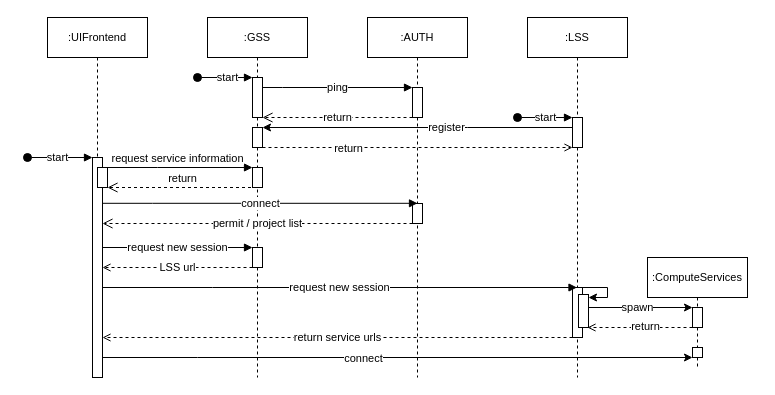
Earlier version of the draw.io diagram thesis/Figures/opentwin-network-communication-sequence.drawio (twity1337/master_thesis). Source tidied: cells renumbered, new cells numbered last; positions are measured from the earlier drawing's top-left corner, leaving out a move shared by most shapes. Both pictures are drawn from the tidied source at 100%, with x=0, y=0 at pixel (27, 17).
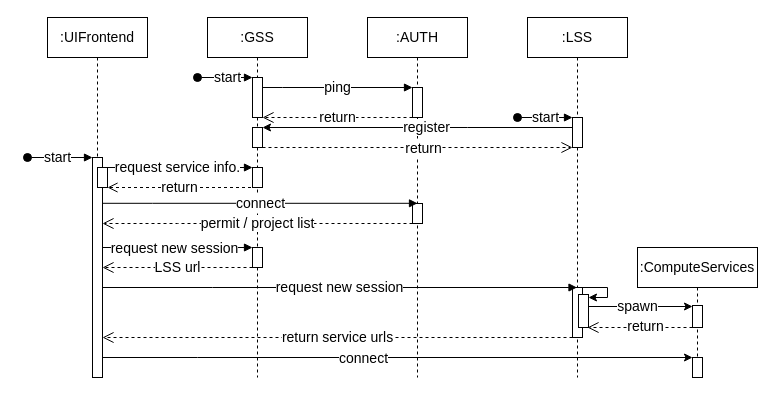
The same diagram, later.

Commit message (it also covers changes not shown here):
Add section for 'Network traffic encryption'

Unchanged cells that the change refers to:
```xml
<mxCell id="3" style="html=1;points=[];perimeter=orthogonalPerimeter;outlineConnect=0;targetShapes=umlLifeline;portConstraint=eastwest;newEdgeStyle={&quot;edgeStyle&quot;:&quot;elbowEdgeStyle&quot;,&quot;elbow&quot;:&quot;vertical&quot;,&quot;curved&quot;:0,&quot;rounded&quot;:0};" parent="2" vertex="1">
  <mxGeometry x="45" y="140" width="10" height="220" as="geometry" />
</mxCell>
<mxCell id="5" style="html=1;points=[];perimeter=orthogonalPerimeter;outlineConnect=0;targetShapes=umlLifeline;portConstraint=eastwest;newEdgeStyle={&quot;edgeStyle&quot;:&quot;elbowEdgeStyle&quot;,&quot;elbow&quot;:&quot;vertical&quot;,&quot;curved&quot;:0,&quot;rounded&quot;:0};" parent="2" vertex="1">
  <mxGeometry x="50" y="150" width="10" height="20" as="geometry" />
</mxCell>
<mxCell id="7" style="html=1;points=[];perimeter=orthogonalPerimeter;outlineConnect=0;targetShapes=umlLifeline;portConstraint=eastwest;newEdgeStyle={&quot;edgeStyle&quot;:&quot;elbowEdgeStyle&quot;,&quot;elbow&quot;:&quot;vertical&quot;,&quot;curved&quot;:0,&quot;rounded&quot;:0};" parent="6" vertex="1">
  <mxGeometry x="45" y="60" width="10" height="40" as="geometry" />
</mxCell>
<mxCell id="8" style="html=1;points=[];perimeter=orthogonalPerimeter;outlineConnect=0;targetShapes=umlLifeline;portConstraint=eastwest;newEdgeStyle={&quot;edgeStyle&quot;:&quot;elbowEdgeStyle&quot;,&quot;elbow&quot;:&quot;vertical&quot;,&quot;curved&quot;:0,&quot;rounded&quot;:0};" parent="6" vertex="1">
  <mxGeometry x="45" y="110" width="10" height="20" as="geometry" />
</mxCell>
<mxCell id="9" style="html=1;points=[];perimeter=orthogonalPerimeter;outlineConnect=0;targetShapes=umlLifeline;portConstraint=eastwest;newEdgeStyle={&quot;edgeStyle&quot;:&quot;elbowEdgeStyle&quot;,&quot;elbow&quot;:&quot;vertical&quot;,&quot;curved&quot;:0,&quot;rounded&quot;:0};" parent="6" vertex="1">
  <mxGeometry x="45" y="150" width="10" height="20" as="geometry" />
</mxCell>
<mxCell id="10" style="html=1;points=[];perimeter=orthogonalPerimeter;outlineConnect=0;targetShapes=umlLifeline;portConstraint=eastwest;newEdgeStyle={&quot;edgeStyle&quot;:&quot;elbowEdgeStyle&quot;,&quot;elbow&quot;:&quot;vertical&quot;,&quot;curved&quot;:0,&quot;rounded&quot;:0};" parent="6" vertex="1">
  <mxGeometry x="45" y="230" width="10" height="20" as="geometry" />
</mxCell>
<mxCell id="15" style="html=1;points=[];perimeter=orthogonalPerimeter;outlineConnect=0;targetShapes=umlLifeline;portConstraint=eastwest;newEdgeStyle={&quot;edgeStyle&quot;:&quot;elbowEdgeStyle&quot;,&quot;elbow&quot;:&quot;vertical&quot;,&quot;curved&quot;:0,&quot;rounded&quot;:0};" parent="14" vertex="1">
  <mxGeometry x="45" y="70" width="10" height="30" as="geometry" />
</mxCell>
<mxCell id="16" style="html=1;points=[];perimeter=orthogonalPerimeter;outlineConnect=0;targetShapes=umlLifeline;portConstraint=eastwest;newEdgeStyle={&quot;edgeStyle&quot;:&quot;elbowEdgeStyle&quot;,&quot;elbow&quot;:&quot;vertical&quot;,&quot;curved&quot;:0,&quot;rounded&quot;:0};" parent="14" vertex="1">
  <mxGeometry x="45" y="186" width="10" height="20" as="geometry" />
</mxCell>
<mxCell id="18" style="html=1;points=[];perimeter=orthogonalPerimeter;outlineConnect=0;targetShapes=umlLifeline;portConstraint=eastwest;newEdgeStyle={&quot;edgeStyle&quot;:&quot;elbowEdgeStyle&quot;,&quot;elbow&quot;:&quot;vertical&quot;,&quot;curved&quot;:0,&quot;rounded&quot;:0};" parent="17" vertex="1">
  <mxGeometry x="45" y="100" width="10" height="30" as="geometry" />
</mxCell>
<mxCell id="19" style="html=1;points=[];perimeter=orthogonalPerimeter;outlineConnect=0;targetShapes=umlLifeline;portConstraint=eastwest;newEdgeStyle={&quot;edgeStyle&quot;:&quot;elbowEdgeStyle&quot;,&quot;elbow&quot;:&quot;vertical&quot;,&quot;curved&quot;:0,&quot;rounded&quot;:0};" parent="17" vertex="1">
  <mxGeometry x="45" y="270" width="10" height="50" as="geometry" />
</mxCell>
<mxCell id="20" style="html=1;points=[];perimeter=orthogonalPerimeter;outlineConnect=0;targetShapes=umlLifeline;portConstraint=eastwest;newEdgeStyle={&quot;edgeStyle&quot;:&quot;elbowEdgeStyle&quot;,&quot;elbow&quot;:&quot;vertical&quot;,&quot;curved&quot;:0,&quot;rounded&quot;:0};" parent="17" vertex="1">
  <mxGeometry x="51" y="277" width="10" height="33" as="geometry" />
</mxCell>
```

Diff of the diagram source:
```diff
@@
-    <mxCell id="2" value=":UIFrontend" style="shape=umlLifeline;perimeter=lifelinePerimeter;whiteSpace=wrap;html=1;newEdgeStyle={&quot;edgeStyle&quot;:&quot;elbowEdgeStyle&quot;,&quot;elbow&quot;:&quot;vertical&quot;,&quot;curved&quot;:0,&quot;rounded&quot;:0};fontSize=11;" parent="1" vertex="1">
+    <mxCell id="2" value=":UIFrontend" style="shape=umlLifeline;perimeter=lifelinePerimeter;whiteSpace=wrap;html=1;newEdgeStyle={&quot;edgeStyle&quot;:&quot;elbowEdgeStyle&quot;,&quot;elbow&quot;:&quot;vertical&quot;,&quot;curved&quot;:0,&quot;rounded&quot;:0};fontSize=14;" parent="1" vertex="1">
       <mxGeometry x="20" width="100" height="360" as="geometry" />
     </mxCell>
@@
-    <mxCell id="4" value="start" style="html=1;verticalAlign=middle;startArrow=oval;endArrow=block;startSize=8;edgeStyle=elbowEdgeStyle;elbow=vertical;curved=0;rounded=0;" parent="2" edge="1" target="3">
+    <mxCell id="4" value="start" style="html=1;verticalAlign=middle;startArrow=oval;endArrow=block;startSize=8;edgeStyle=elbowEdgeStyle;elbow=vertical;curved=0;rounded=0;fontSize=14;" parent="2" edge="1" target="3">
       <mxGeometry x="-0.08" relative="1" as="geometry">
         <mxPoint x="-20" y="140" as="sourcePoint" />
         <Array as="points">
           <mxPoint x="10" y="140" />
         </Array>
       </mxGeometry>
     </mxCell>
@@
-    <mxCell id="6" value=":GSS" style="shape=umlLifeline;perimeter=lifelinePerimeter;whiteSpace=wrap;html=1;outlineConnect=0;portConstraint=eastwest;newEdgeStyle={&quot;edgeStyle&quot;:&quot;elbowEdgeStyle&quot;,&quot;elbow&quot;:&quot;vertical&quot;,&quot;curved&quot;:0,&quot;rounded&quot;:0};fontSize=11;" parent="1" vertex="1">
+    <mxCell id="6" value=":GSS" style="shape=umlLifeline;perimeter=lifelinePerimeter;whiteSpace=wrap;html=1;outlineConnect=0;portConstraint=eastwest;newEdgeStyle={&quot;edgeStyle&quot;:&quot;elbowEdgeStyle&quot;,&quot;elbow&quot;:&quot;vertical&quot;,&quot;curved&quot;:0,&quot;rounded&quot;:0};fontSize=14;" parent="1" vertex="1">
       <mxGeometry x="180" width="100" height="360" as="geometry" />
     </mxCell>
@@
-    <mxCell id="11" value="request service information" style="html=1;verticalAlign=bottom;endArrow=block;edgeStyle=elbowEdgeStyle;elbow=vertical;curved=0;rounded=0;" parent="1" edge="1" source="3" target="9">
+    <mxCell id="11" value="request service info." style="html=1;verticalAlign=middle;endArrow=block;edgeStyle=elbowEdgeStyle;elbow=vertical;curved=0;rounded=0;fontSize=14;" parent="1" edge="1" source="3" target="9">
       <mxGeometry relative="1" as="geometry">
         <Array as="points">
           <mxPoint x="130" y="150" />
           <mxPoint x="140" y="140" />
           <mxPoint x="100" y="110" />
           <mxPoint x="160" y="80" />
         </Array>
       </mxGeometry>
     </mxCell>
-    <mxCell id="12" value="permit / project list" style="html=1;verticalAlign=middle;endArrow=open;dashed=1;endSize=8;edgeStyle=elbowEdgeStyle;elbow=vertical;curved=0;rounded=0;" parent="1" edge="1" source="16">
+    <mxCell id="12" value="permit / project list" style="html=1;verticalAlign=middle;endArrow=open;dashed=1;endSize=9;edgeStyle=elbowEdgeStyle;elbow=vertical;curved=0;rounded=0;fontSize=14;" parent="1" edge="1" source="16">
       <mxGeometry relative="1" as="geometry">
         <mxPoint x="75" y="206" as="targetPoint" />
         <Array as="points">
           <mxPoint x="150" y="206" />
           <mxPoint x="170" y="226" />
         </Array>
       </mxGeometry>
     </mxCell>
-    <mxCell id="13" value="return" style="html=1;verticalAlign=bottom;endArrow=open;dashed=1;endSize=8;edgeStyle=elbowEdgeStyle;elbow=vertical;curved=0;rounded=0;" parent="1" edge="1" source="6" target="5">
-      <mxGeometry relative="1" as="geometry">
+    <mxCell id="13" value="return" style="html=1;verticalAlign=middle;endArrow=open;dashed=1;endSize=8;edgeStyle=elbowEdgeStyle;elbow=vertical;curved=0;rounded=0;fontSize=14;" parent="1" edge="1" source="6" target="5">
+      <mxGeometry x="0.06" relative="1" as="geometry">
         <Array as="points">
           <mxPoint x="170" y="170" />
           <mxPoint x="160" y="190" />
           <mxPoint x="120" y="170" />
         </Array>
+        <mxPoint x="1" as="offset" />
       </mxGeometry>
     </mxCell>
-    <mxCell id="14" value=":AUTH" style="shape=umlLifeline;perimeter=lifelinePerimeter;whiteSpace=wrap;html=1;newEdgeStyle={&quot;edgeStyle&quot;:&quot;elbowEdgeStyle&quot;,&quot;elbow&quot;:&quot;vertical&quot;,&quot;curved&quot;:0,&quot;rounded&quot;:0};fontSize=11;" parent="1" vertex="1">
+    <mxCell id="14" value=":AUTH" style="shape=umlLifeline;perimeter=lifelinePerimeter;whiteSpace=wrap;html=1;newEdgeStyle={&quot;edgeStyle&quot;:&quot;elbowEdgeStyle&quot;,&quot;elbow&quot;:&quot;vertical&quot;,&quot;curved&quot;:0,&quot;rounded&quot;:0};fontSize=14;" parent="1" vertex="1">
       <mxGeometry x="340" width="100" height="360" as="geometry" />
     </mxCell>
@@
-    <mxCell id="17" value=":LSS" style="shape=umlLifeline;perimeter=lifelinePerimeter;whiteSpace=wrap;html=1;outlineConnect=0;portConstraint=eastwest;newEdgeStyle={&quot;edgeStyle&quot;:&quot;elbowEdgeStyle&quot;,&quot;elbow&quot;:&quot;vertical&quot;,&quot;curved&quot;:0,&quot;rounded&quot;:0};fontSize=11;" parent="1" vertex="1">
+    <mxCell id="17" value=":LSS" style="shape=umlLifeline;perimeter=lifelinePerimeter;whiteSpace=wrap;html=1;outlineConnect=0;portConstraint=eastwest;newEdgeStyle={&quot;edgeStyle&quot;:&quot;elbowEdgeStyle&quot;,&quot;elbow&quot;:&quot;vertical&quot;,&quot;curved&quot;:0,&quot;rounded&quot;:0};fontSize=14;" parent="1" vertex="1">
       <mxGeometry x="500" width="100" height="360" as="geometry" />
     </mxCell>
@@
-    <mxCell id="22" value="start" style="html=1;verticalAlign=middle;startArrow=oval;endArrow=block;startSize=8;edgeStyle=elbowEdgeStyle;elbow=vertical;curved=0;rounded=0;" parent="1" edge="1">
+    <mxCell id="22" value="start" style="html=1;verticalAlign=middle;startArrow=oval;endArrow=block;startSize=8;edgeStyle=elbowEdgeStyle;elbow=vertical;curved=0;rounded=0;fontSize=14;" parent="1" edge="1">
       <mxGeometry x="0.09" relative="1" as="geometry">
         <mxPoint x="170" y="60" as="sourcePoint" />
         <mxPoint x="225" y="60" as="targetPoint" />
       </mxGeometry>
     </mxCell>
-    <mxCell id="23" value="start" style="html=1;verticalAlign=middle;startArrow=oval;endArrow=block;startSize=8;edgeStyle=elbowEdgeStyle;elbow=vertical;curved=0;rounded=0;" parent="1" edge="1">
+    <mxCell id="23" value="start" style="html=1;verticalAlign=middle;startArrow=oval;endArrow=block;startSize=8;edgeStyle=elbowEdgeStyle;elbow=vertical;curved=0;rounded=0;fontSize=14;" parent="1" edge="1">
       <mxGeometry relative="1" as="geometry">
         <mxPoint x="490" y="100" as="sourcePoint" />
         <mxPoint x="545" y="100" as="targetPoint" />
       </mxGeometry>
     </mxCell>
-    <mxCell id="24" value="ping" style="html=1;verticalAlign=middle;endArrow=block;edgeStyle=elbowEdgeStyle;elbow=vertical;curved=0;rounded=0;" parent="1" edge="1">
+    <mxCell id="24" value="ping" style="html=1;verticalAlign=middle;endArrow=block;edgeStyle=elbowEdgeStyle;elbow=vertical;curved=0;rounded=0;fontSize=14;" parent="1" edge="1">
       <mxGeometry relative="1" as="geometry">
         <mxPoint x="235" y="70" as="sourcePoint" />
         <mxPoint x="385" y="70" as="targetPoint" />
         <Array as="points">
           <mxPoint x="255" y="70" />
           <mxPoint x="315" y="40" />
         </Array>
       </mxGeometry>
     </mxCell>
-    <mxCell id="25" value="return" style="html=1;verticalAlign=middle;endArrow=open;dashed=1;endSize=8;edgeStyle=elbowEdgeStyle;elbow=vertical;curved=0;rounded=0;" parent="1" edge="1" source="15" target="7">
+    <mxCell id="25" value="return" style="html=1;verticalAlign=middle;endArrow=open;dashed=1;endSize=9;edgeStyle=elbowEdgeStyle;elbow=vertical;curved=0;rounded=0;fontSize=14;" parent="1" edge="1" source="15" target="7">
       <mxGeometry relative="1" as="geometry">
         <Array as="points">
           <mxPoint x="325" y="100" />
         </Array>
       </mxGeometry>
     </mxCell>
-    <mxCell id="26" value="register" style="edgeStyle=elbowEdgeStyle;rounded=0;jettySize=auto;html=1;elbow=vertical;curved=0;" parent="1" edge="1" source="18" target="8">
-      <mxGeometry x="-0.19" relative="1" as="geometry">
+    <mxCell id="26" value="register" style="edgeStyle=elbowEdgeStyle;rounded=0;jettySize=auto;html=1;elbow=vertical;curved=0;fontSize=14;" parent="1" edge="1" source="18" target="8">
+      <mxGeometry x="-0.06" relative="1" as="geometry">
         <Array as="points">
           <mxPoint x="440" y="110" />
         </Array>
       </mxGeometry>
     </mxCell>
-    <mxCell id="27" style="edgeStyle=elbowEdgeStyle;rounded=0;jettySize=auto;html=1;elbow=vertical;curved=0;dashed=1;endArrow=open;endFill=0;" parent="1" edge="1" source="8" target="18">
+    <mxCell id="27" style="edgeStyle=elbowEdgeStyle;rounded=0;jettySize=auto;html=1;elbow=vertical;curved=0;dashed=1;endArrow=open;endFill=0;fontSize=14;endSize=9;" parent="1" edge="1" source="8" target="18">
       <mxGeometry relative="1" as="geometry">
         <Array as="points">
           <mxPoint x="370" y="130" />
         </Array>
       </mxGeometry>
     </mxCell>
-    <mxCell id="28" value="return" style="edgeLabel;html=1;align=center;verticalAlign=middle;" parent="27" vertex="1">
-      <mxGeometry x="-0.45" relative="1" as="geometry" />
+    <mxCell id="28" value="return" style="edgeLabel;html=1;align=center;verticalAlign=middle;fontSize=14;" parent="27" vertex="1">
+      <mxGeometry x="-0.45" relative="1" as="geometry">
+        <mxPoint x="75" as="offset" />
+      </mxGeometry>
     </mxCell>
-    <mxCell id="29" value="connect" style="html=1;verticalAlign=middle;endArrow=block;edgeStyle=elbowEdgeStyle;elbow=vertical;curved=0;rounded=0;" parent="1" edge="1">
+    <mxCell id="29" value="connect" style="html=1;verticalAlign=middle;endArrow=block;edgeStyle=elbowEdgeStyle;elbow=vertical;curved=0;rounded=0;fontSize=14;" parent="1" edge="1">
       <mxGeometry relative="1" as="geometry">
         <mxPoint x="75" y="185.8" as="sourcePoint" />
         <mxPoint x="390" y="185.8" as="targetPoint" />
         <Array as="points">
           <mxPoint x="125" y="185.8" />
           <mxPoint x="135" y="175.8" />
           <mxPoint x="95" y="145.8" />
           <mxPoint x="155" y="115.8" />
         </Array>
       </mxGeometry>
     </mxCell>
-    <mxCell id="30" value="request new session" style="html=1;verticalAlign=middle;endArrow=block;edgeStyle=elbowEdgeStyle;elbow=vertical;curved=0;rounded=0;" parent="1" edge="1" source="3" target="10">
-      <mxGeometry relative="1" as="geometry">
+    <mxCell id="30" value="request new session" style="html=1;verticalAlign=middle;endArrow=block;edgeStyle=elbowEdgeStyle;elbow=vertical;curved=0;rounded=0;fontSize=14;" parent="1" edge="1" source="3" target="10">
+      <mxGeometry x="-0.04" y="-1" relative="1" as="geometry">
         <Array as="points">
           <mxPoint x="190" y="230" />
           <mxPoint x="122.5" y="220" />
           <mxPoint x="132.5" y="210" />
           <mxPoint x="92.5" y="180" />
           <mxPoint x="152.5" y="150" />
         </Array>
       </mxGeometry>
     </mxCell>
-    <mxCell id="31" value="LSS url" style="html=1;verticalAlign=middle;endArrow=open;edgeStyle=elbowEdgeStyle;elbow=vertical;curved=0;rounded=0;dashed=1;endFill=0;" parent="1" edge="1" source="10" target="3">
+    <mxCell id="31" value="LSS url" style="html=1;verticalAlign=middle;endArrow=open;edgeStyle=elbowEdgeStyle;elbow=vertical;curved=0;rounded=0;dashed=1;endFill=0;fontSize=14;endSize=9;" parent="1" edge="1" source="10" target="3">
       <mxGeometry relative="1" as="geometry">
         <Array as="points">
           <mxPoint x="140" y="250" />
           <mxPoint x="147.5" y="170" />
           <mxPoint x="87.5" y="200" />
           <mxPoint x="127.5" y="230" />
           <mxPoint x="117.5" y="240" />
           <mxPoint x="185" y="250" />
         </Array>
       </mxGeometry>
     </mxCell>
-    <mxCell id="32" value="request new session" style="html=1;verticalAlign=middle;endArrow=block;edgeStyle=elbowEdgeStyle;elbow=vertical;curved=0;rounded=0;" parent="1" edge="1" source="3" target="17">
+    <mxCell id="32" value="request new session" style="html=1;verticalAlign=middle;endArrow=block;edgeStyle=elbowEdgeStyle;elbow=vertical;curved=0;rounded=0;fontSize=14;" parent="1" edge="1" source="3" target="17">
       <mxGeometry relative="1" as="geometry">
         <Array as="points">
           <mxPoint x="185" y="270" />
           <mxPoint x="117.5" y="260" />
           <mxPoint x="127.5" y="250" />
           <mxPoint x="87.5" y="220" />
           <mxPoint x="147.5" y="190" />
         </Array>
       </mxGeometry>
     </mxCell>
-    <mxCell id="33" value="return service urls" style="html=1;verticalAlign=middle;endArrow=open;edgeStyle=elbowEdgeStyle;elbow=vertical;curved=0;rounded=0;dashed=1;endFill=0;" parent="1" edge="1" source="19" target="3">
+    <mxCell id="33" value="return service urls" style="html=1;verticalAlign=middle;endArrow=open;edgeStyle=elbowEdgeStyle;elbow=vertical;curved=0;rounded=0;dashed=1;endFill=0;fontSize=14;endSize=9;" parent="1" edge="1" source="19" target="3">
       <mxGeometry relative="1" as="geometry">
         <Array as="points">
           <mxPoint x="510" y="320" />
           <mxPoint x="440" y="310" />
           <mxPoint x="180" y="300" />
           <mxPoint x="170" y="290" />
           <mxPoint x="280" y="280" />
           <mxPoint x="97.5" y="230" />
           <mxPoint x="137.5" y="260" />
           <mxPoint x="127.5" y="270" />
           <mxPoint x="195" y="280" />
         </Array>
       </mxGeometry>
     </mxCell>
-    <mxCell id="34" value=":ComputeServices" style="shape=umlLifeline;perimeter=lifelinePerimeter;whiteSpace=wrap;html=1;newEdgeStyle={&quot;edgeStyle&quot;:&quot;elbowEdgeStyle&quot;,&quot;elbow&quot;:&quot;vertical&quot;,&quot;curved&quot;:0,&quot;rounded&quot;:0};fontSize=11;" parent="1" vertex="1">
-      <mxGeometry x="620" y="240" width="100" height="110" as="geometry" />
+    <mxCell id="34" value=":ComputeServices" style="shape=umlLifeline;perimeter=lifelinePerimeter;whiteSpace=wrap;html=1;newEdgeStyle={&quot;edgeStyle&quot;:&quot;elbowEdgeStyle&quot;,&quot;elbow&quot;:&quot;vertical&quot;,&quot;curved&quot;:0,&quot;rounded&quot;:0};fontSize=14;" parent="1" vertex="1">
+      <mxGeometry x="610" y="230" width="120" height="130" as="geometry" />
     </mxCell>
     <mxCell id="35" style="html=1;points=[];perimeter=orthogonalPerimeter;outlineConnect=0;targetShapes=umlLifeline;portConstraint=eastwest;newEdgeStyle={&quot;edgeStyle&quot;:&quot;elbowEdgeStyle&quot;,&quot;elbow&quot;:&quot;vertical&quot;,&quot;curved&quot;:0,&quot;rounded&quot;:0};" parent="34" vertex="1">
-      <mxGeometry x="45" y="50" width="10" height="20" as="geometry" />
+      <mxGeometry x="55" y="58" width="10" height="22" as="geometry" />
     </mxCell>
     <mxCell id="36" style="html=1;points=[];perimeter=orthogonalPerimeter;outlineConnect=0;targetShapes=umlLifeline;portConstraint=eastwest;newEdgeStyle={&quot;edgeStyle&quot;:&quot;elbowEdgeStyle&quot;,&quot;elbow&quot;:&quot;vertical&quot;,&quot;curved&quot;:0,&quot;rounded&quot;:0};" parent="34" vertex="1">
-      <mxGeometry x="45" y="90" width="10" height="10" as="geometry" />
+      <mxGeometry x="55" y="110" width="10" height="20" as="geometry" />
     </mxCell>
-    <mxCell id="37" value="&lt;span style=&quot;color: rgb(0, 0, 0); font-family: Helvetica; font-size: 11px; font-style: normal; font-variant-ligatures: normal; font-variant-caps: normal; font-weight: 400; letter-spacing: normal; orphans: 2; text-align: center; text-indent: 0px; text-transform: none; widows: 2; word-spacing: 0px; -webkit-text-stroke-width: 0px; text-decoration-thickness: initial; text-decoration-style: initial; text-decoration-color: initial; float: none; display: inline !important;&quot;&gt;spawn&lt;/span&gt;" style="edgeStyle=elbowEdgeStyle;rounded=0;jettySize=auto;html=1;elbow=vertical;curved=0;endArrow=classic;endFill=1;labelBackgroundColor=default;" parent="1" edge="1" source="20" target="35">
+    <mxCell id="37" value="&lt;span style=&quot;color: rgb(0, 0, 0); font-family: Helvetica; font-size: 14px; font-style: normal; font-variant-ligatures: normal; font-variant-caps: normal; font-weight: 400; letter-spacing: normal; orphans: 2; text-align: center; text-indent: 0px; text-transform: none; widows: 2; word-spacing: 0px; -webkit-text-stroke-width: 0px; text-decoration-thickness: initial; text-decoration-style: initial; text-decoration-color: initial; float: none; display: inline !important;&quot;&gt;spawn&lt;/span&gt;" style="edgeStyle=elbowEdgeStyle;rounded=0;orthogonalLoop=1;jettySize=auto;html=1;elbow=vertical;curved=0;endArrow=classic;endFill=1;labelBackgroundColor=default;fontSize=14;" parent="1" edge="1">
       <mxGeometry x="-0.06" relative="1" as="geometry">
+        <mxPoint x="561" y="289" as="sourcePoint" />
+        <mxPoint x="665" y="289" as="targetPoint" />
         <Array as="points">
-          <mxPoint x="610" y="290" />
+          <mxPoint x="610" y="289" />
         </Array>
       </mxGeometry>
     </mxCell>
-    <mxCell id="38" style="edgeStyle=elbowEdgeStyle;rounded=0;jettySize=auto;html=1;elbow=vertical;curved=0;endArrow=classic;endFill=1;" parent="1" edge="1" source="3" target="36">
+    <mxCell id="38" style="edgeStyle=elbowEdgeStyle;rounded=0;jettySize=auto;html=1;elbow=vertical;curved=0;endArrow=classic;endFill=1;fontSize=14;" parent="1" edge="1" source="3" target="36">
       <mxGeometry relative="1" as="geometry">
         <Array as="points">
           <mxPoint x="170" y="340" />
           <mxPoint x="180" y="330" />
           <mxPoint x="190" y="320" />
         </Array>
       </mxGeometry>
     </mxCell>
-    <mxCell id="39" value="connect" style="edgeLabel;html=1;align=center;verticalAlign=middle;" parent="38" vertex="1">
+    <mxCell id="39" value="connect" style="edgeLabel;html=1;align=center;verticalAlign=middle;fontSize=14;" parent="38" vertex="1">
       <mxGeometry x="-0.12" relative="1" as="geometry" />
     </mxCell>
-    <mxCell id="40" style="edgeStyle=elbowEdgeStyle;rounded=0;jettySize=auto;html=1;elbow=vertical;curved=0;labelBackgroundColor=default;fontSize=11;endArrow=open;endFill=0;dashed=1;" parent="1" edge="1" source="35">
+    <mxCell id="40" style="edgeStyle=elbowEdgeStyle;rounded=0;jettySize=auto;html=1;elbow=vertical;curved=0;labelBackgroundColor=default;fontSize=14;endArrow=open;endFill=0;dashed=1;endSize=9;" parent="1" edge="1" source="35">
       <mxGeometry relative="1" as="geometry">
         <mxPoint x="560" y="310" as="targetPoint" />
         <Array as="points">
           <mxPoint x="630" y="310" />
         </Array>
       </mxGeometry>
     </mxCell>
-    <mxCell id="41" value="return" style="edgeLabel;html=1;align=center;verticalAlign=middle;fontSize=11;" parent="40" vertex="1">
+    <mxCell id="41" value="return" style="edgeLabel;html=1;align=center;verticalAlign=middle;fontSize=14;" parent="40" vertex="1">
       <mxGeometry x="-0.09" y="-2" relative="1" as="geometry" />
     </mxCell>
```
